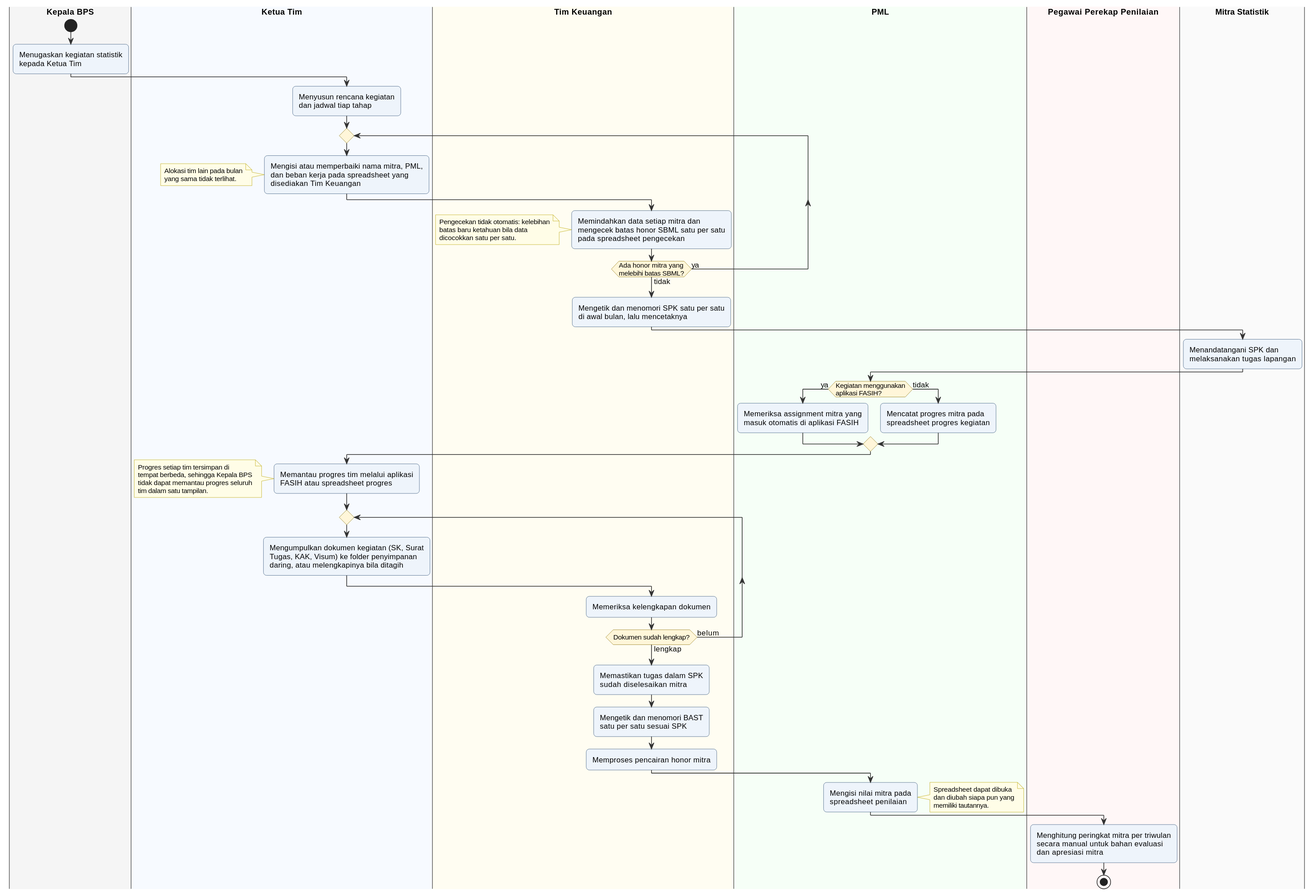
kharis5870/Kharisma keeps this PlantUML diagram as docs/diagram/out/proses-berjalan.svg. Above is the earlier version.
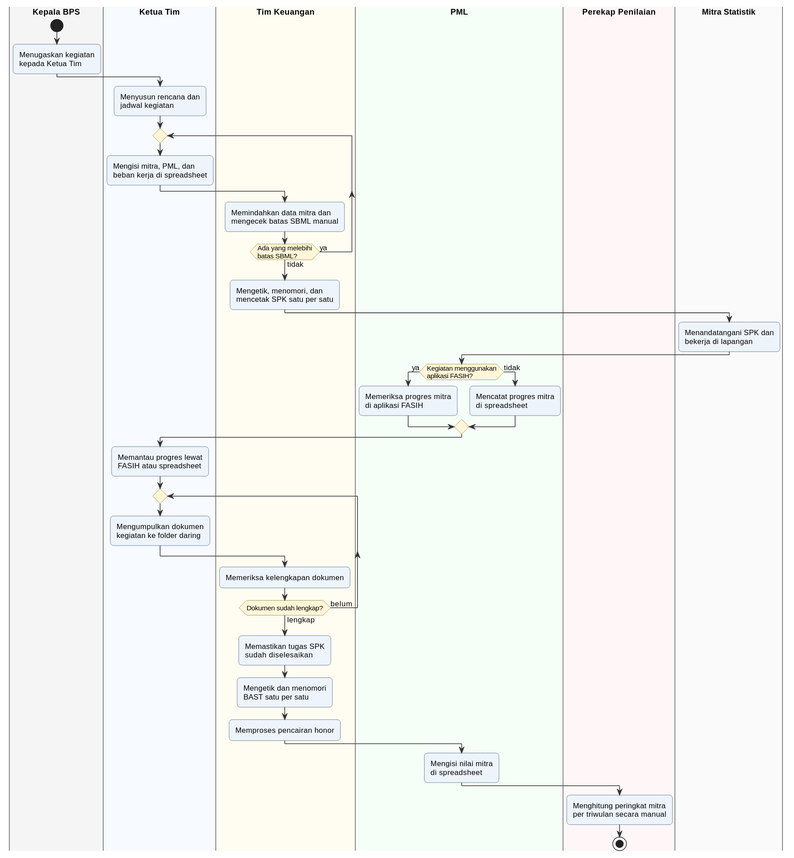
After the commit.

The edit, as a diff of the source:
```diff
@@ -5,91 +5,67 @@
 |#F7FAFF|Ketua Tim|
 |#FFFDF2|Tim Keuangan|
 |#F6FFF7|PML|
-|#FFF7F7|Pegawai Perekap Penilaian|
+|#FFF7F7|Perekap Penilaian|
 |#FAFAFA|Mitra Statistik|
 
 |Kepala BPS|
 start
-:Menugaskan kegiatan statistik
+:Menugaskan kegiatan
 kepada Ketua Tim;
 
 |Ketua Tim|
-:Menyusun rencana kegiatan
-dan jadwal tiap tahap;
+:Menyusun rencana dan
+jadwal kegiatan;
 
 repeat
-  :Mengisi atau memperbaiki nama mitra, PML,
-  dan beban kerja pada spreadsheet yang
-  disediakan Tim Keuangan;
-  note left
-    Alokasi tim lain pada bulan
-    yang sama tidak terlihat.
-  end note
+  :Mengisi mitra, PML, dan
+  beban kerja di spreadsheet;
 
   |Tim Keuangan|
-  :Memindahkan data setiap mitra dan
-  mengecek batas honor SBML satu per satu
-  pada spreadsheet pengecekan;
-  note left
-    Pengecekan tidak otomatis: kelebihan
-    batas baru ketahuan bila data
-    dicocokkan satu per satu.
-  end note
-repeat while (Ada honor mitra yang\nmelebihi batas SBML?) is (ya) not (tidak)
+  :Memindahkan data mitra dan
+  mengecek batas SBML manual;
+repeat while (Ada yang melebihi\nbatas SBML?) is (ya) not (tidak)
 
-:Mengetik dan menomori SPK satu per satu
-di awal bulan, lalu mencetaknya;
+:Mengetik, menomori, dan
+mencetak SPK satu per satu;
 
 |Mitra Statistik|
 :Menandatangani SPK dan
-melaksanakan tugas lapangan;
+bekerja di lapangan;
 
 |PML|
 if (Kegiatan menggunakan\naplikasi FASIH?) then (ya)
-  :Memeriksa assignment mitra yang
-  masuk otomatis di aplikasi FASIH;
+  :Memeriksa progres mitra
+  di aplikasi FASIH;
 else (tidak)
-  :Mencatat progres mitra pada
-  spreadsheet progres kegiatan;
+  :Mencatat progres mitra
+  di spreadsheet;
 endif
 
 |Ketua Tim|
-:Memantau progres tim melalui aplikasi
-FASIH atau spreadsheet progres;
-note left
-  Progres setiap tim tersimpan di
-  tempat berbeda, sehingga Kepala BPS
-  tidak dapat memantau progres seluruh
-  tim dalam satu tampilan.
-end note
+:Memantau progres lewat
+FASIH atau spreadsheet;
 
 repeat
-  :Mengumpulkan dokumen kegiatan (SK, Surat
-  Tugas, KAK, Visum) ke folder penyimpanan
-  daring, atau melengkapinya bila ditagih;
+  :Mengumpulkan dokumen
+  kegiatan ke folder daring;
 
   |Tim Keuangan|
   :Memeriksa kelengkapan dokumen;
 repeat while (Dokumen sudah lengkap?) is (belum) not (lengkap)
 
-:Memastikan tugas dalam SPK
-sudah diselesaikan mitra;
-:Mengetik dan menomori BAST
-satu per satu sesuai SPK;
-:Memproses pencairan honor mitra;
+:Memastikan tugas SPK
+sudah diselesaikan;
+:Mengetik dan menomori
+BAST satu per satu;
+:Memproses pencairan honor;
 
 |PML|
-:Mengisi nilai mitra pada
-spreadsheet penilaian;
-note right
-  Spreadsheet dapat dibuka
-  dan diubah siapa pun yang
-  memiliki tautannya.
-end note
+:Mengisi nilai mitra
+di spreadsheet;
 
-|Pegawai Perekap Penilaian|
-:Menghitung peringkat mitra per triwulan
-secara manual untuk bahan evaluasi
-dan apresiasi mitra;
+|Perekap Penilaian|
+:Menghitung peringkat mitra
+per triwulan secara manual;
 stop
 @enduml
```
